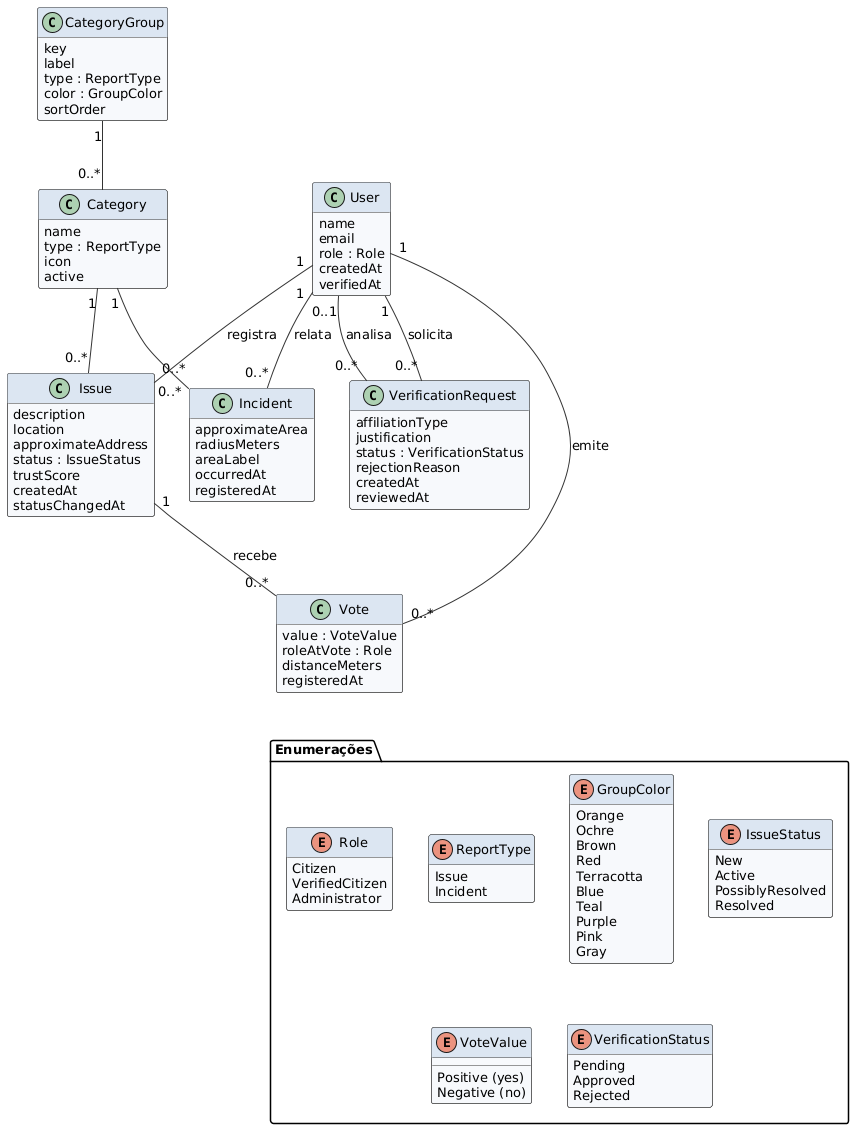
This is docs/diagramas/02_classe_dominio.png from VictorHenriqueTerraCheru/TCC.back, a PlantUML export, as it was before one commit.
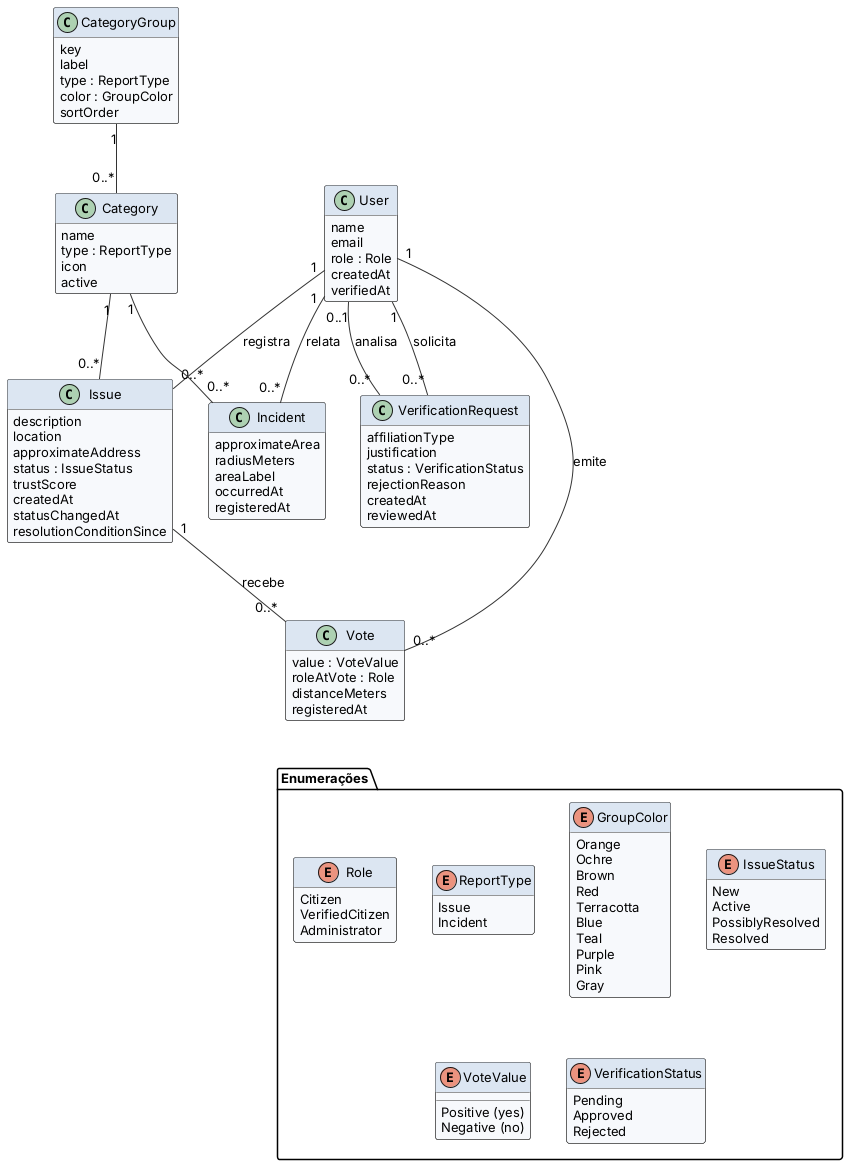
Above is the later version.

The edit, as a diff of the source:
```diff
@@ -37,6 +37,7 @@
   trustScore
   createdAt
   statusChangedAt
+  resolutionConditionSince
 }
 class Vote {
   value : VoteValue
```
